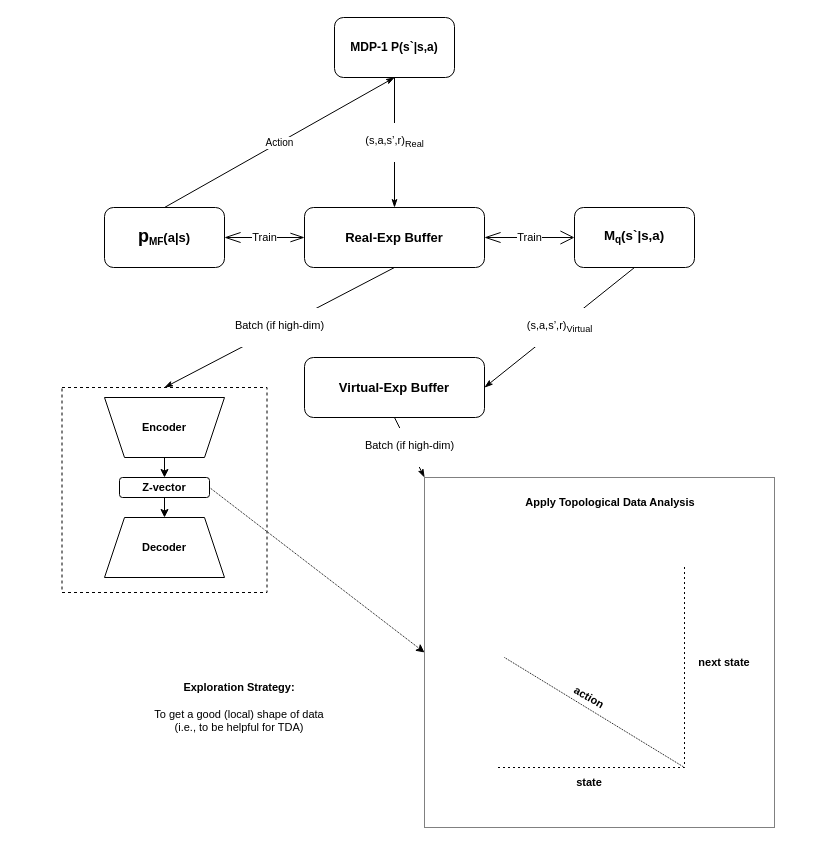
Earlier version of the draw.io diagram page "Page-3" (1 of 3) of Hybrid_MBMF_MetaRL.drawio (jgwak1/research_problem_frameworks). Source tidied: cells renumbered, new cells numbered last; positions are measured from the earlier drawing's top-left corner, leaving out a move shared by most shapes. Both pictures are drawn from the tidied source at 100%, with x=0, y=0 at pixel (62, 17).
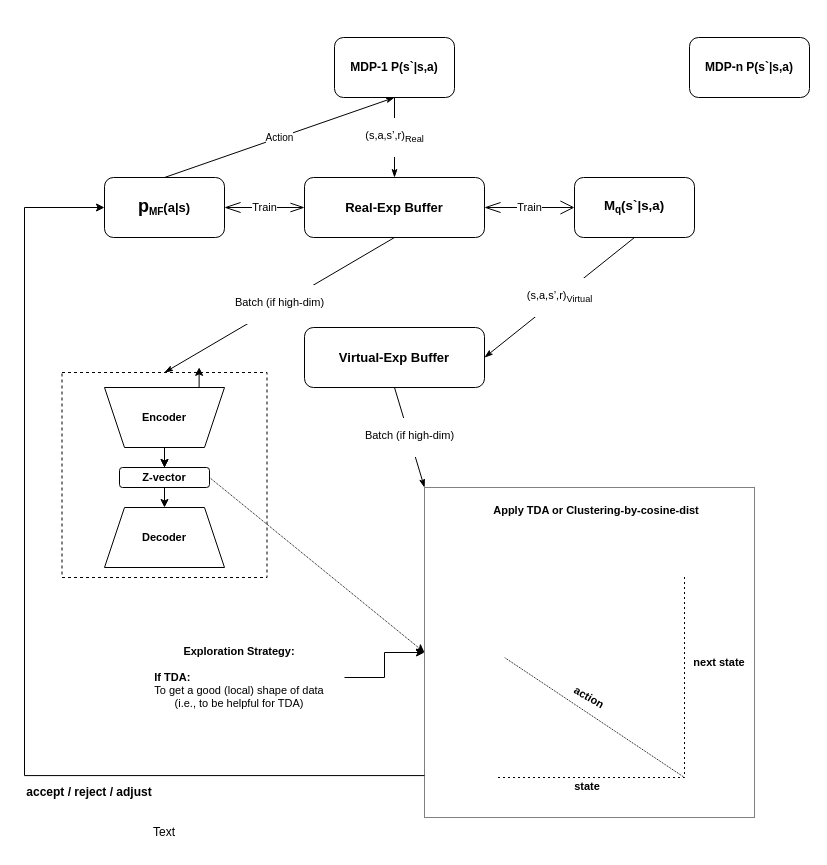
Above is the later version.

Diff of the diagram source:
```diff
@@
     <mxCell id="2" value="&lt;b&gt;MDP-1 P(s`|s,a)&lt;/b&gt;" style="rounded=1;whiteSpace=wrap;html=1;" parent="1" vertex="1">
-      <mxGeometry x="272" width="120" height="60" as="geometry" />
+      <mxGeometry x="272" y="20" width="120" height="60" as="geometry" />
     </mxCell>
     <mxCell id="3" value="&lt;p class=&quot;MsoNormal&quot;&gt;&lt;b&gt;&lt;span style=&quot;font-family: &amp;#34;symbol&amp;#34;&quot;&gt;&lt;font style=&quot;font-size: 18px&quot;&gt;p&lt;/font&gt;&lt;/span&gt;&lt;sub&gt;&lt;font style=&quot;font-size: 10px&quot;&gt;MF&lt;/font&gt;&lt;/sub&gt;&lt;span style=&quot;line-height: 107%&quot;&gt;&lt;font style=&quot;font-size: 13px&quot;&gt;(a|s)&lt;/font&gt;&lt;/span&gt;&lt;/b&gt;&lt;/p&gt;" style="rounded=1;whiteSpace=wrap;html=1;" parent="1" vertex="1">
-      <mxGeometry x="42" y="190" width="120" height="60" as="geometry" />
+      <mxGeometry x="42" y="160" width="120" height="60" as="geometry" />
     </mxCell>
     <mxCell id="4" value="&lt;b&gt;Real-Exp Buffer&lt;/b&gt;" style="rounded=1;whiteSpace=wrap;html=1;fontSize=13;" parent="1" vertex="1">
-      <mxGeometry x="242" y="190" width="180" height="60" as="geometry" />
+      <mxGeometry x="242" y="160" width="180" height="60" as="geometry" />
     </mxCell>
     <mxCell id="5" value="&lt;p class=&quot;MsoNormal&quot;&gt;&lt;b&gt;&lt;span style=&quot;line-height: 107% ; font-family: &amp;#34;symbol&amp;#34;&quot;&gt;&lt;span style=&quot;font-size: 10pt&quot;&gt;M&lt;/span&gt;&lt;sub&gt;&lt;font style=&quot;font-size: 10px&quot;&gt;q&lt;/font&gt;&lt;/sub&gt;&lt;span style=&quot;font-size: 10pt&quot;&gt;(&lt;/span&gt;&lt;/span&gt;&lt;span style=&quot;font-size: 10.0pt ; line-height: 107%&quot;&gt;s`|s,a&lt;/span&gt;&lt;span style=&quot;font-size: 10.0pt ; line-height: 107% ; font-family: &amp;#34;symbol&amp;#34;&quot;&gt;)&lt;/span&gt;&lt;/b&gt;&lt;span style=&quot;font-family: &amp;#34;symbol&amp;#34;&quot;&gt;&lt;/span&gt;&lt;/p&gt;" style="rounded=1;whiteSpace=wrap;html=1;fontSize=13;" parent="1" vertex="1">
-      <mxGeometry x="512" y="190" width="120" height="60" as="geometry" />
+      <mxGeometry x="512" y="160" width="120" height="60" as="geometry" />
     </mxCell>
@@
     <mxCell id="10" value="&lt;b&gt;Virtual-Exp Buffer&lt;/b&gt;" style="rounded=1;whiteSpace=wrap;html=1;fontSize=13;" parent="1" vertex="1">
-      <mxGeometry x="242" y="340" width="180" height="60" as="geometry" />
+      <mxGeometry x="242" y="310" width="180" height="60" as="geometry" />
     </mxCell>
     <mxCell id="11" style="whiteSpace=wrap;html=1;fontSize=11;dashed=1;" parent="1" vertex="1">
-      <mxGeometry x="-0.5" y="370" width="205" height="205" as="geometry" />
+      <mxGeometry x="-0.5" y="355" width="205" height="205" as="geometry" />
     </mxCell>
@@
     <mxCell id="13" value="&lt;b&gt;Decoder&lt;/b&gt;" style="shape=trapezoid;perimeter=trapezoidPerimeter;whiteSpace=wrap;html=1;fixedSize=1;fontSize=11;" parent="1" vertex="1">
-      <mxGeometry x="42" y="500" width="120" height="60" as="geometry" />
+      <mxGeometry x="42" y="490" width="120" height="60" as="geometry" />
     </mxCell>
+    <mxCell id="29" style="edgeStyle=orthogonalEdgeStyle;rounded=0;jettySize=auto;html=1;exitX=0.25;exitY=1;exitDx=0;exitDy=0;entryX=0.669;entryY=-0.025;entryDx=0;entryDy=0;entryPerimeter=0;" parent="1" edge="1" source="14" target="11">
+      <mxGeometry relative="1" as="geometry" />
+    </mxCell>
+    <mxCell id="30" style="edgeStyle=orthogonalEdgeStyle;rounded=0;jettySize=auto;html=1;" parent="1" edge="1" source="14" target="16">
+      <mxGeometry relative="1" as="geometry" />
+    </mxCell>
     <mxCell id="14" value="&lt;b&gt;Encoder&lt;/b&gt;" style="shape=trapezoid;perimeter=trapezoidPerimeter;whiteSpace=wrap;html=1;fixedSize=1;fontSize=11;direction=west;" parent="1" vertex="1">
-      <mxGeometry x="42" y="380" width="120" height="60" as="geometry" />
+      <mxGeometry x="42" y="370" width="120" height="60" as="geometry" />
     </mxCell>
@@
     <mxCell id="16" value="&lt;b&gt;Z-vector&lt;/b&gt;" style="rounded=1;whiteSpace=wrap;html=1;fontSize=11;" parent="1" vertex="1">
-      <mxGeometry x="57" y="460" width="90" height="20" as="geometry" />
+      <mxGeometry x="57" y="450" width="90" height="20" as="geometry" />
     </mxCell>
@@
     <mxCell id="18" style="whiteSpace=wrap;html=1;fontSize=11;dashed=1;dashPattern=1 1;" parent="1" vertex="1">
-      <mxGeometry x="362" y="460" width="350" height="350" as="geometry" />
+      <mxGeometry x="362" y="470" width="330" height="330" as="geometry" />
     </mxCell>
-    <mxCell id="19" style="endArrow=classic;html=1;rounded=0;fontSize=11;entryX=0.5;entryY=0;entryDx=0;entryDy=0;" parent="1" edge="1" target="13">
-      <mxGeometry relative="1" as="geometry">
-        <mxPoint x="102" y="480" as="sourcePoint" />
-      </mxGeometry>
+    <mxCell id="19" style="endArrow=classic;html=1;rounded=0;fontSize=11;entryX=0.5;entryY=0;entryDx=0;entryDy=0;exitX=0.5;exitY=1;exitDx=0;exitDy=0;exitPerimeter=0;" parent="1" edge="1" source="16" target="13">
+      <mxGeometry relative="1" as="geometry" />
     </mxCell>
@@
     <mxCell id="21" style="shape=partialRectangle;whiteSpace=wrap;html=1;top=0;left=0;fillColor=none;dashed=1;fontSize=11;dashPattern=1 4;" parent="1" vertex="1">
-      <mxGeometry x="432" y="550" width="190" height="200" as="geometry" />
+      <mxGeometry x="432" y="560" width="190" height="200" as="geometry" />
     </mxCell>
@@
     <mxCell id="23" value="&lt;b&gt;state&lt;/b&gt;" style="text;html=1;strokeColor=none;fillColor=none;align=center;verticalAlign=middle;whiteSpace=wrap;rounded=0;dashed=1;dashPattern=1 4;fontSize=11;" parent="1" vertex="1">
-      <mxGeometry x="497" y="750" width="60" height="30" as="geometry" />
+      <mxGeometry x="495" y="754" width="60" height="30" as="geometry" />
     </mxCell>
@@
     <mxCell id="25" value="&lt;b&gt;next state&lt;/b&gt;" style="text;html=1;strokeColor=none;fillColor=none;align=center;verticalAlign=middle;whiteSpace=wrap;rounded=0;dashed=1;dashPattern=1 4;fontSize=11;" parent="1" vertex="1">
-      <mxGeometry x="632" y="630" width="60" height="30" as="geometry" />
+      <mxGeometry x="627" y="630" width="60" height="30" as="geometry" />
     </mxCell>
@@
-    <mxCell id="27" value="&lt;b&gt;Apply Topological Data Analysis&amp;nbsp;&lt;/b&gt;" style="text;html=1;strokeColor=none;fillColor=none;align=center;verticalAlign=middle;whiteSpace=wrap;rounded=0;dashed=1;dashPattern=1 4;fontSize=11;" parent="1" vertex="1">
-      <mxGeometry x="452" y="470" width="195" height="30" as="geometry" />
+    <mxCell id="27" value="&lt;b&gt;Apply TDA or Clustering-by-cosine-dist&lt;/b&gt;" style="text;html=1;strokeColor=none;fillColor=none;align=center;verticalAlign=middle;whiteSpace=wrap;rounded=0;dashed=1;dashPattern=1 4;fontSize=11;" parent="1" vertex="1">
+      <mxGeometry x="424" y="478" width="220" height="30" as="geometry" />
     </mxCell>
+    <mxCell id="31" style="edgeStyle=orthogonalEdgeStyle;rounded=0;jettySize=auto;html=1;" parent="1" edge="1" source="28" target="18">
+      <mxGeometry relative="1" as="geometry" />
+    </mxCell>
-    <mxCell id="28" value="&lt;b&gt;Exploration Strategy:&lt;br&gt;&lt;/b&gt;&lt;br&gt;To get a good (local) shape of data &lt;br&gt;(i.e., to be helpful for TDA)" style="text;html=1;strokeColor=none;fillColor=none;align=center;verticalAlign=middle;whiteSpace=wrap;rounded=0;dashed=1;dashPattern=1 4;fontSize=11;" parent="1" vertex="1">
-      <mxGeometry x="72" y="630" width="210" height="120" as="geometry" />
+    <mxCell id="28" value="&lt;b&gt;Exploration Strategy:&lt;br&gt;&lt;/b&gt;&lt;br&gt;&lt;div style=&quot;text-align: left&quot;&gt;&lt;b&gt;If TDA:&lt;/b&gt;&lt;/div&gt;To get a good (local) shape of data &lt;br&gt;(i.e., to be helpful for TDA)" style="text;html=1;strokeColor=none;fillColor=none;align=center;verticalAlign=middle;whiteSpace=wrap;rounded=0;dashed=1;dashPattern=1 4;fontSize=11;" parent="1" vertex="1">
+      <mxGeometry x="72" y="600" width="210" height="120" as="geometry" />
     </mxCell>
+    <mxCell id="32" value="&lt;b&gt;MDP-n P(s`|s,a)&lt;/b&gt;" style="rounded=1;whiteSpace=wrap;html=1;" parent="1" vertex="1">
+      <mxGeometry x="627" y="20" width="120" height="60" as="geometry" />
+    </mxCell>
+    <mxCell id="33" style="edgeStyle=elbowEdgeStyle;elbow=vertical;endArrow=classic;html=1;rounded=0;exitX=0;exitY=0.873;exitDx=0;exitDy=0;exitPerimeter=0;entryX=0;entryY=0.5;entryDx=0;entryDy=0;" parent="1" edge="1" source="18" target="3">
+      <mxGeometry relative="1" as="geometry">
+        <Array as="points">
+          <mxPoint x="-38" y="920" />
+          <mxPoint x="-38" y="820" />
+          <mxPoint x="-38" y="780" />
+          <mxPoint x="-28" y="790" />
+        </Array>
+      </mxGeometry>
+    </mxCell>
+    <mxCell id="34" value="Text" style="text;html=1;strokeColor=none;fillColor=none;align=center;verticalAlign=middle;whiteSpace=wrap;rounded=0;" parent="1" vertex="1">
+      <mxGeometry x="72" y="800" width="60" height="30" as="geometry" />
+    </mxCell>
+    <mxCell id="35" value="&lt;b&gt;accept / reject / adjust&lt;/b&gt;" style="text;html=1;strokeColor=none;fillColor=none;align=center;verticalAlign=middle;whiteSpace=wrap;rounded=0;" parent="1" vertex="1">
+      <mxGeometry x="-38" y="760" width="130" height="30" as="geometry" />
+    </mxCell>
```
